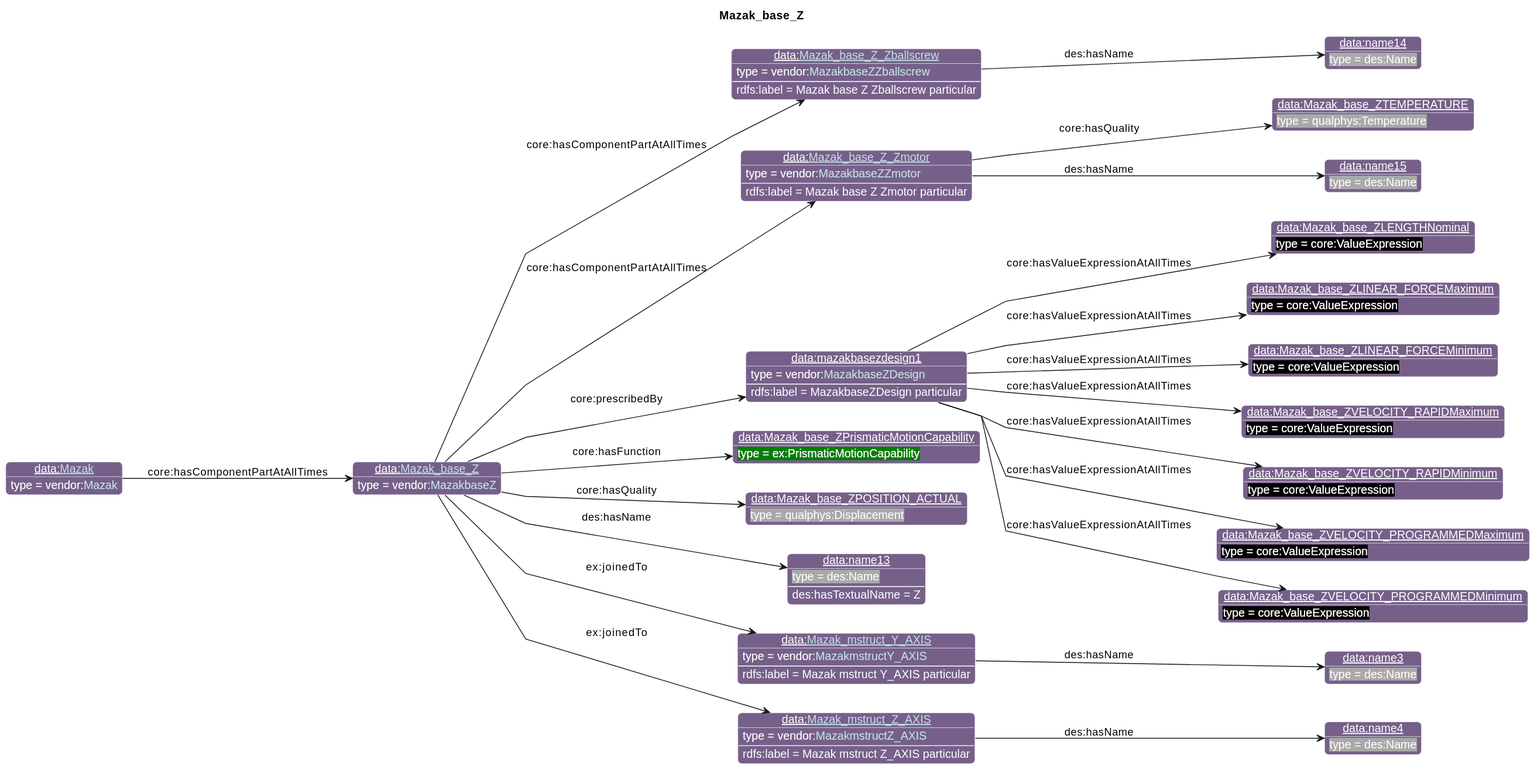
Earlier version of the PlantUML export diagrams/Mazak_base_Z.svg (iofoundry/example-syseng-mtconnect). The source it was exported from:
```plantuml
@startuml
!include ../iof.iuml

<style>
object {
  HyperlinkColor #C4E1E6
}
</style>

left to right direction
skinparam linetype polyline
title Mazak_base_Z

!$default_direction = down

!$namespace_colors = { "bfo":"DFA702",
                      "iof":"1E90FF",
                      "ns":"Green",
                      "ns1":"76608A",
                      "core":"000000",
                      "ex":"Green",
                      "data":"76608A",
                      "vendor":"76608A",
                      "units":"8A2D3B",
                      "cmns-dsg":"3A0519",
                      "qp":"641B2E"
      }
individual(o0, data:[[./Mazak_base_Z.html Mazak_base_Z]], vendor:[[../Mazak.html#MazakbaseZ MazakbaseZ]])
individual(o1, data:[[./Mazak_base_Z_Zballscrew.html Mazak_base_Z_Zballscrew]], vendor:[[../Mazak.html#MazakbaseZZballscrew MazakbaseZZballscrew]])
individual(o2, data:name14, des:Name)
individual(o3, data:[[./Mazak_base_Z_Zmotor.html Mazak_base_Z_Zmotor]], vendor:[[../Mazak.html#MazakbaseZZmotor MazakbaseZZmotor]])
individual(o4, data:Mazak_base_ZTEMPERATURE, qualphys:Temperature)
individual(o5, data:name15, des:Name)
individual(o6, data:mazakbasezdesign1, vendor:[[../Mazak.html#MazakbaseZDesign MazakbaseZDesign]])
individual(o7, data:Mazak_base_ZLENGTHNominal, core:ValueExpression)
individual(o8, data:Mazak_base_ZLINEAR_FORCEMaximum, core:ValueExpression)
individual(o9, data:Mazak_base_ZLINEAR_FORCEMinimum, core:ValueExpression)
individual(o10, data:Mazak_base_ZVELOCITY_RAPIDMaximum, core:ValueExpression)
individual(o11, data:Mazak_base_ZVELOCITY_RAPIDMinimum, core:ValueExpression)
individual(o12, data:Mazak_base_ZVELOCITY_PROGRAMMEDMaximum, core:ValueExpression)
individual(o13, data:Mazak_base_ZVELOCITY_PROGRAMMEDMinimum, core:ValueExpression)
individual(o14, data:Mazak_base_ZPrismaticMotionCapability, ex:PrismaticMotionCapability)
individual(o15, data:Mazak_base_ZPOSITION_ACTUAL, qualphys:Displacement)
individual(o16, data:name13, des:Name)
individual(o17, data:[[./Mazak_mstruct_Y_AXIS.html Mazak_mstruct_Y_AXIS]], vendor:[[../Mazak.html#MazakmstructY_AXIS MazakmstructY_AXIS]])
individual(o18, data:name3, des:Name)
individual(o19, data:[[./Mazak_mstruct_Z_AXIS.html Mazak_mstruct_Z_AXIS]], vendor:[[../Mazak.html#MazakmstructZ_AXIS MazakmstructZ_AXIS]])
individual(o20, data:name4, des:Name)
individual(o21, data:[[./Mazak.html Mazak]], vendor:[[../Mazak.html#Mazak Mazak]])
property(o0, "core:hasComponentPartAtAllTimes", o1)
data(o1, "rdfs:label", "Mazak base Z Zballscrew particular")
property(o1, "des:hasName", o2)
property(o0, "core:hasComponentPartAtAllTimes", o3)
data(o3, "rdfs:label", "Mazak base Z Zmotor particular")
property(o3, "core:hasQuality", o4)
property(o3, "des:hasName", o5)
property(o0, "core:prescribedBy", o6)
data(o6, "rdfs:label", "MazakbaseZDesign particular")
property(o6, "core:hasValueExpressionAtAllTimes", o7)
property(o6, "core:hasValueExpressionAtAllTimes", o8)
property(o6, "core:hasValueExpressionAtAllTimes", o9)
property(o6, "core:hasValueExpressionAtAllTimes", o10)
property(o6, "core:hasValueExpressionAtAllTimes", o11)
property(o6, "core:hasValueExpressionAtAllTimes", o12)
property(o6, "core:hasValueExpressionAtAllTimes", o13)
property(o0, "core:hasFunction", o14)
property(o0, "core:hasQuality", o15)
property(o0, "des:hasName", o16)
data(o16, "des:hasTextualName", "Z")
property(o0, "ex:joinedTo", o17)
data(o17, "rdfs:label", "Mazak mstruct Y_AXIS particular")
property(o17, "des:hasName", o18)
property(o0, "ex:joinedTo", o19)
data(o19, "rdfs:label", "Mazak mstruct Z_AXIS particular")
property(o19, "des:hasName", o20)
property(o21, "core:hasComponentPartAtAllTimes", o0)
@enduml
```
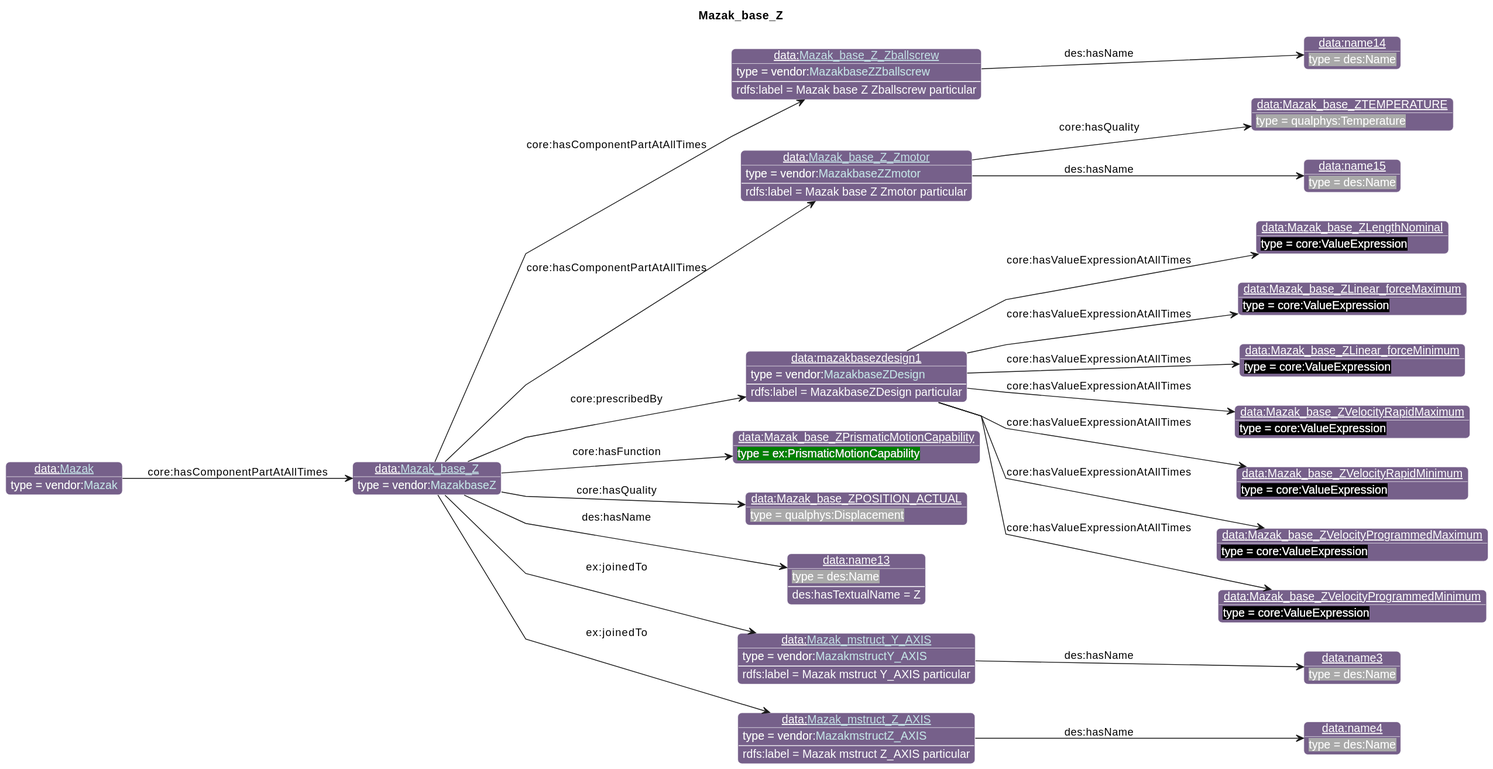
After the change.

Change to the diagram source:
```diff
@@ -32,13 +32,13 @@
 individual(o4, data:Mazak_base_ZTEMPERATURE, qualphys:Temperature)
 individual(o5, data:name15, des:Name)
 individual(o6, data:mazakbasezdesign1, vendor:[[../Mazak.html#MazakbaseZDesign MazakbaseZDesign]])
-individual(o7, data:Mazak_base_ZLENGTHNominal, core:ValueExpression)
-individual(o8, data:Mazak_base_ZLINEAR_FORCEMaximum, core:ValueExpression)
-individual(o9, data:Mazak_base_ZLINEAR_FORCEMinimum, core:ValueExpression)
-individual(o10, data:Mazak_base_ZVELOCITY_RAPIDMaximum, core:ValueExpression)
-individual(o11, data:Mazak_base_ZVELOCITY_RAPIDMinimum, core:ValueExpression)
-individual(o12, data:Mazak_base_ZVELOCITY_PROGRAMMEDMaximum, core:ValueExpression)
-individual(o13, data:Mazak_base_ZVELOCITY_PROGRAMMEDMinimum, core:ValueExpression)
+individual(o7, data:Mazak_base_ZLengthNominal, core:ValueExpression)
+individual(o8, data:Mazak_base_ZLinear_forceMaximum, core:ValueExpression)
+individual(o9, data:Mazak_base_ZLinear_forceMinimum, core:ValueExpression)
+individual(o10, data:Mazak_base_ZVelocityRapidMaximum, core:ValueExpression)
+individual(o11, data:Mazak_base_ZVelocityRapidMinimum, core:ValueExpression)
+individual(o12, data:Mazak_base_ZVelocityProgrammedMaximum, core:ValueExpression)
+individual(o13, data:Mazak_base_ZVelocityProgrammedMinimum, core:ValueExpression)
 individual(o14, data:Mazak_base_ZPrismaticMotionCapability, ex:PrismaticMotionCapability)
 individual(o15, data:Mazak_base_ZPOSITION_ACTUAL, qualphys:Displacement)
 individual(o16, data:name13, des:Name)
```
